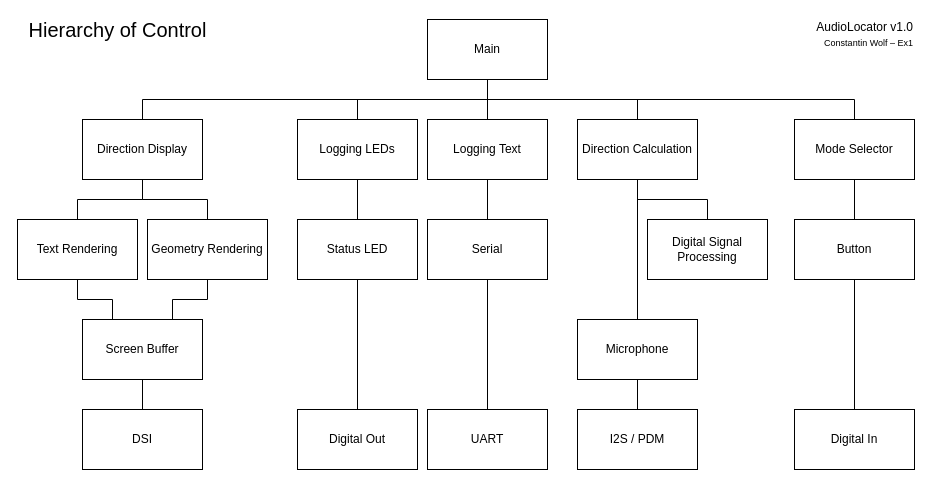
Before: final_project_new/doc_assets/diag-hoc.drawio in constant-flow/making-embedded-systems, a draw.io diagram. Source tidied: cells renumbered, new cells numbered last; positions are measured from the earlier drawing's top-left corner, leaving out a move shared by most shapes. Both pictures are drawn from the tidied source at 100%, with x=0, y=0 at pixel (17, 19).
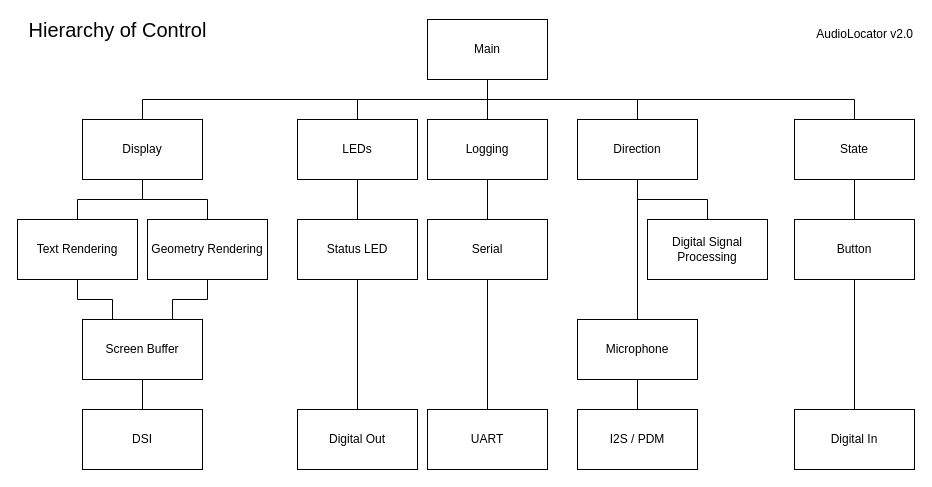
The same page after the edit.

Diff of the diagram source:
```diff
@@
-    <mxCell id="12" value="Direction Display" style="whiteSpace=wrap;html=1;" parent="1" vertex="1">
+    <mxCell id="12" value="Display" style="whiteSpace=wrap;html=1;" parent="1" vertex="1">
       <mxGeometry x="65" y="100" width="120" height="60" as="geometry" />
     </mxCell>
@@
-    <mxCell id="18" value="Logging Text" style="whiteSpace=wrap;html=1;" parent="1" vertex="1">
+    <mxCell id="18" value="Logging" style="whiteSpace=wrap;html=1;" parent="1" vertex="1">
       <mxGeometry x="410" y="100" width="120" height="60" as="geometry" />
     </mxCell>
@@
-    <mxCell id="24" value="Logging LEDs" style="whiteSpace=wrap;html=1;" parent="1" vertex="1">
+    <mxCell id="24" value="LEDs" style="whiteSpace=wrap;html=1;" parent="1" vertex="1">
       <mxGeometry x="280" y="100" width="120" height="60" as="geometry" />
     </mxCell>
@@
-    <mxCell id="30" value="Direction Calculation" style="whiteSpace=wrap;html=1;" parent="1" vertex="1">
+    <mxCell id="30" value="Direction" style="whiteSpace=wrap;html=1;" parent="1" vertex="1">
       <mxGeometry x="560" y="100" width="120" height="60" as="geometry" />
     </mxCell>
@@
-    <mxCell id="32" value="Mode Selector" style="whiteSpace=wrap;html=1;" parent="1" vertex="1">
+    <mxCell id="32" value="State" style="whiteSpace=wrap;html=1;" parent="1" vertex="1">
       <mxGeometry x="777" y="100" width="120" height="60" as="geometry" />
     </mxCell>
@@
-    <mxCell id="40" value="&lt;span&gt;AudioLocator v1.0&lt;br&gt;&lt;/span&gt;&lt;div&gt;&lt;span&gt;&lt;font style=&quot;font-size: 9px&quot;&gt;Constantin Wolf – Ex1&lt;/font&gt;&lt;/span&gt;&lt;/div&gt;" style="text;html=1;align=right;verticalAlign=middle;strokeColor=none;" parent="1" vertex="1">
-      <mxGeometry x="787" width="110" height="30" as="geometry" />
+    <mxCell id="40" value="&lt;span&gt;AudioLocator v2.0&lt;br&gt;&lt;/span&gt;" style="text;html=1;align=right;verticalAlign=middle;strokeColor=none;" parent="1" vertex="1">
+      <mxGeometry x="787" y="5" width="110" height="20" as="geometry" />
     </mxCell>
```
